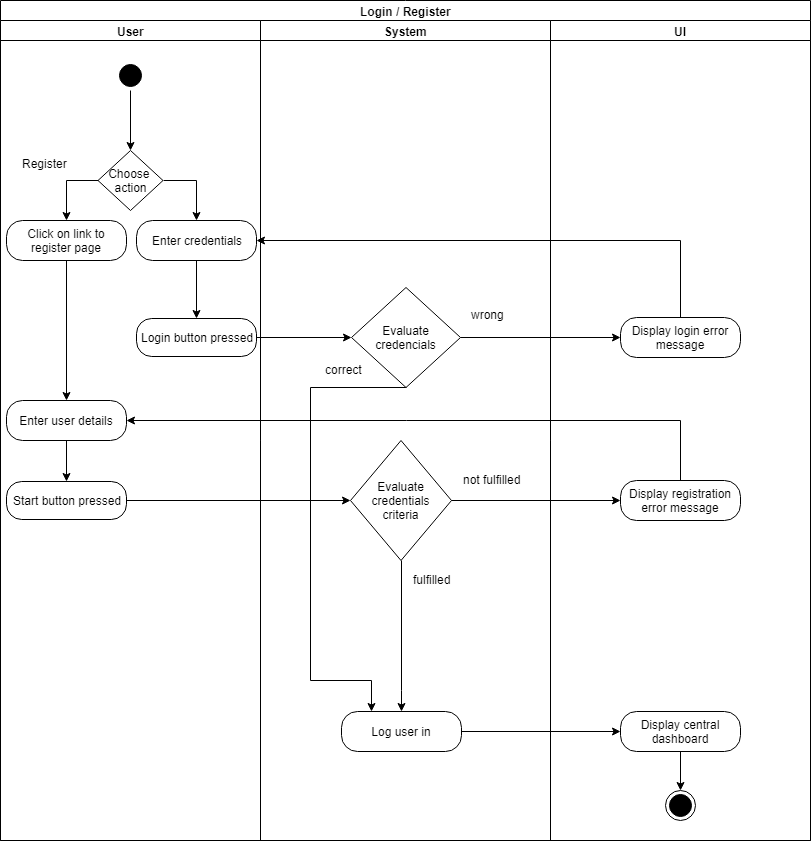
Earlier version of the draw.io export docs/specifications/ucs/user_management/login_register/activity_diagrams/login_register.png (raphaelmue/dashup). Source tidied: cells renumbered, new cells last; positions are measured from the earlier drawing's top-left corner, leaving out a move shared by most shapes.
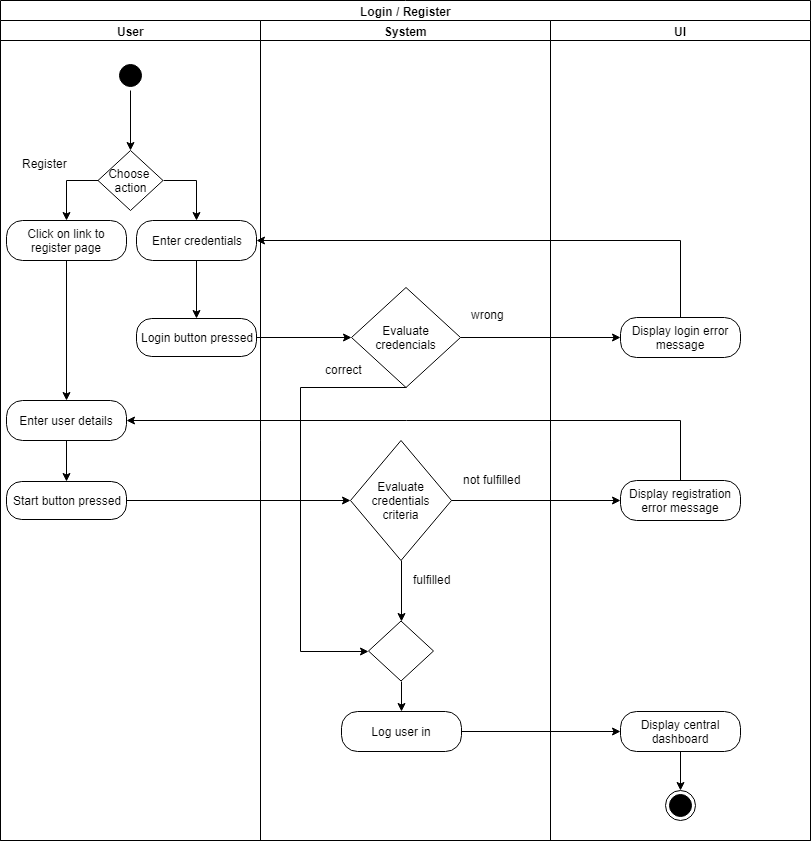
After the change.

Diff of the diagram source:
```diff
@@ -57,26 +57,20 @@
     <mxCell id="18" value="System" style="swimlane;html=1;startSize=20;" parent="2" vertex="1">
       <mxGeometry x="260" y="20" width="290" height="820" as="geometry" />
     </mxCell>
-    <mxCell id="19" style="edgeStyle=orthogonalEdgeStyle;rounded=0;jettySize=auto;html=1;exitX=0.5;exitY=1;exitDx=0;exitDy=0;strokeColor=#000000;entryX=0.25;entryY=0;entryDx=0;entryDy=0;" parent="18" edge="1" source="20" target="24">
-      <mxGeometry relative="1" as="geometry">
-        <Array as="points">
-          <mxPoint x="50" y="367" />
-          <mxPoint x="50" y="660" />
-          <mxPoint x="111" y="660" />
-        </Array>
-      </mxGeometry>
-    </mxCell>
+    <mxCell id="41" style="edgeStyle=orthogonalEdgeStyle;rounded=0;jettySize=auto;html=1;exitX=0.5;exitY=1;exitDx=0;exitDy=0;entryX=0;entryY=0.5;entryDx=0;entryDy=0;" parent="18" edge="1" source="20" target="44">
+      <mxGeometry relative="1" as="geometry">
+        <Array as="points">
+          <mxPoint x="40" y="367" />
+          <mxPoint x="40" y="631" />
+        </Array>
+      </mxGeometry>
+    </mxCell>
     <mxCell id="20" value="Evaluate credencials" style="rhombus;whiteSpace=wrap;html=1;fillColor=#ffffff;strokeColor=#000000;" parent="18" vertex="1">
       <mxGeometry x="91" y="267" width="109" height="100" as="geometry" />
     </mxCell>
-    <mxCell id="21" style="edgeStyle=orthogonalEdgeStyle;rounded=0;jettySize=auto;html=1;exitX=0.5;exitY=1;exitDx=0;exitDy=0;entryX=0.5;entryY=0;entryDx=0;entryDy=0;strokeColor=#000000;" parent="18" edge="1" source="22" target="24">
-      <mxGeometry relative="1" as="geometry">
-        <Array as="points">
-          <mxPoint x="141" y="670" />
-          <mxPoint x="141" y="670" />
-        </Array>
-      </mxGeometry>
-    </mxCell>
+    <mxCell id="42" style="edgeStyle=orthogonalEdgeStyle;rounded=0;jettySize=auto;html=1;exitX=0.5;exitY=1;exitDx=0;exitDy=0;entryX=0.5;entryY=0;entryDx=0;entryDy=0;" parent="18" edge="1" source="22" target="44">
+      <mxGeometry relative="1" as="geometry" />
+    </mxCell>
     <mxCell id="22" value="Evaluate credentials criteria" style="rhombus;whiteSpace=wrap;html=1;fillColor=#ffffff;strokeColor=#000000;" parent="18" vertex="1">
       <mxGeometry x="90" y="420" width="101" height="120" as="geometry" />
     </mxCell>
@@ -95,6 +89,12 @@
     <mxCell id="27" value="not fulfilled" style="text;html=1;align=left;verticalAlign=top;spacingTop=-4;" parent="18" vertex="1">
       <mxGeometry x="201" y="450" width="70" height="20" as="geometry" />
     </mxCell>
+    <mxCell id="43" style="edgeStyle=orthogonalEdgeStyle;rounded=0;jettySize=auto;html=1;exitX=0.5;exitY=1;exitDx=0;exitDy=0;" parent="18" edge="1" source="44" target="24">
+      <mxGeometry relative="1" as="geometry" />
+    </mxCell>
+    <mxCell id="44" style="rhombus;whiteSpace=wrap;html=1;fillColor=#ffffff;strokeColor=#000000;" parent="18" vertex="1">
+      <mxGeometry x="108" y="600.5" width="65" height="60" as="geometry" />
+    </mxCell>
     <mxCell id="28" style="edgeStyle=orthogonalEdgeStyle;rounded=0;jettySize=auto;html=1;exitX=1;exitY=0.5;exitDx=0;exitDy=0;entryX=0;entryY=0.5;entryDx=0;entryDy=0;strokeColor=#000000;" parent="2" edge="1" source="4" target="20">
       <mxGeometry relative="1" as="geometry" />
     </mxCell>
```
